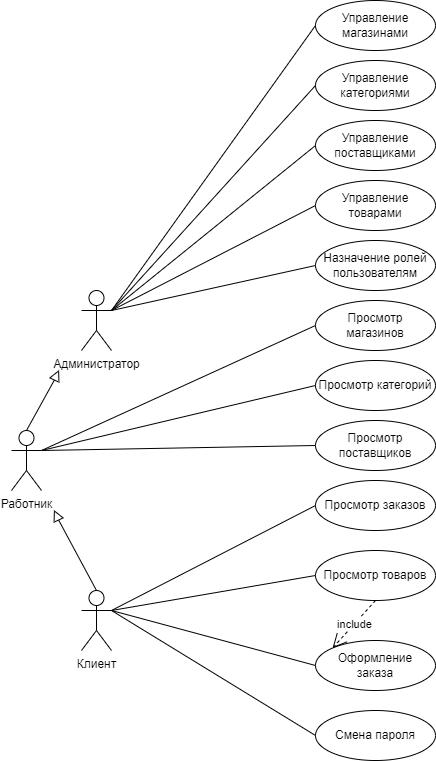
Before: Use-Case строит_магазин.drawio.png, a diagram exported from draw.io (darmu3/ConstructionStoreDocuments). Source tidied: cells renumbered, new cells last; positions are measured from the earlier drawing's top-left corner, leaving out a move shared by most shapes.
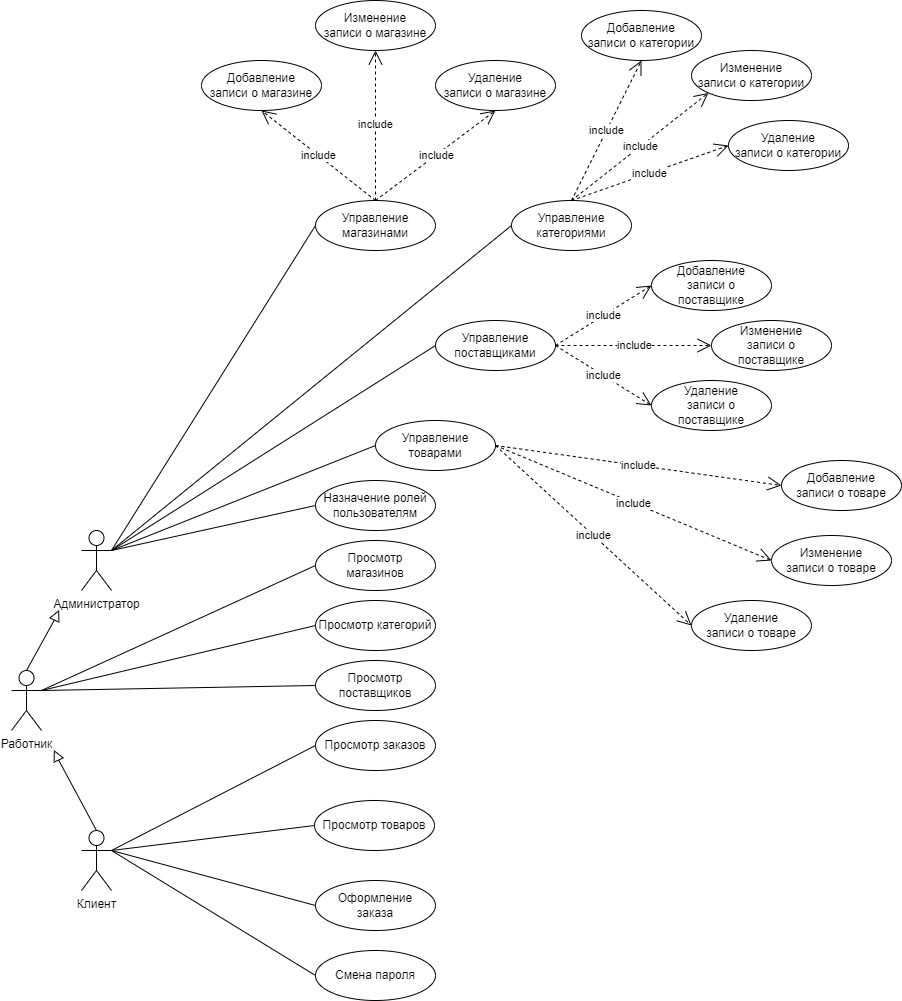
The same file after the commit.

The edit, as a diff of the source:
```diff
@@ -12,28 +12,28 @@
       <mxGeometry x="70" y="590" width="30" height="60" as="geometry" />
     </mxCell>
     <mxCell id="5" value="Просмотр товаров" style="ellipse;whiteSpace=wrap;html=1;" parent="1" vertex="1">
-      <mxGeometry x="304" y="550" width="120" height="50" as="geometry" />
+      <mxGeometry x="303" y="560" width="120" height="50" as="geometry" />
     </mxCell>
     <mxCell id="6" value="Управление товарами" style="ellipse;whiteSpace=wrap;html=1;" parent="1" vertex="1">
-      <mxGeometry x="304" y="180" width="120" height="50" as="geometry" />
+      <mxGeometry x="364" y="180" width="120" height="50" as="geometry" />
     </mxCell>
     <mxCell id="7" value="Просмотр поставщиков" style="ellipse;whiteSpace=wrap;html=1;" parent="1" vertex="1">
       <mxGeometry x="304" y="420" width="120" height="50" as="geometry" />
     </mxCell>
     <mxCell id="8" value="Управление поставщиками" style="ellipse;whiteSpace=wrap;html=1;" parent="1" vertex="1">
-      <mxGeometry x="304" y="120" width="120" height="50" as="geometry" />
+      <mxGeometry x="424" y="80" width="120" height="50" as="geometry" />
     </mxCell>
     <mxCell id="9" value="Просмотр категорий" style="ellipse;whiteSpace=wrap;html=1;" parent="1" vertex="1">
       <mxGeometry x="304" y="360" width="120" height="50" as="geometry" />
     </mxCell>
     <mxCell id="10" value="Управление категориями" style="ellipse;whiteSpace=wrap;html=1;" parent="1" vertex="1">
-      <mxGeometry x="304" y="60" width="120" height="50" as="geometry" />
+      <mxGeometry x="500" y="-40" width="120" height="50" as="geometry" />
     </mxCell>
     <mxCell id="11" value="Просмотр&lt;div&gt;магазинов&lt;/div&gt;" style="ellipse;whiteSpace=wrap;html=1;" parent="1" vertex="1">
       <mxGeometry x="304" y="300" width="120" height="50" as="geometry" />
     </mxCell>
     <mxCell id="12" value="Управление магазинами" style="ellipse;whiteSpace=wrap;html=1;" parent="1" vertex="1">
-      <mxGeometry x="304" width="120" height="50" as="geometry" />
+      <mxGeometry x="304" y="-40" width="120" height="50" as="geometry" />
     </mxCell>
     <mxCell id="13" value="Оформление&lt;div&gt;заказа&lt;/div&gt;" style="ellipse;whiteSpace=wrap;html=1;" parent="1" vertex="1">
       <mxGeometry x="304" y="640" width="120" height="50" as="geometry" />
@@ -97,9 +97,6 @@
         <mxPoint x="100" y="310" as="sourcePoint" />
       </mxGeometry>
     </mxCell>
-    <mxCell id="29" value="include" style="endArrow=open;endSize=12;dashed=1;html=1;rounded=0;exitX=0.5;exitY=1;exitDx=0;exitDy=0;entryX=0;entryY=0;entryDx=0;entryDy=0;" parent="1" edge="1" source="5" target="13">
-      <mxGeometry relative="1" as="geometry" />
-    </mxCell>
     <mxCell id="30" style="endArrow=none;html=1;rounded=0;exitX=0.5;exitY=0;exitDx=0;exitDy=0;exitPerimeter=0;entryX=0;entryY=0.5;entryDx=0;entryDy=0;" parent="1" edge="1" source="4" target="31">
       <mxGeometry relative="1" as="geometry" />
     </mxCell>
@@ -112,5 +109,77 @@
     <mxCell id="33" style="triangle;whiteSpace=wrap;html=1;direction=north;rotation=25;" parent="1" vertex="1">
       <mxGeometry x="40" y="370" width="10" height="10" as="geometry" />
     </mxCell>
+    <mxCell id="34" value="include" style="endArrow=open;endSize=12;dashed=1;html=1;rounded=0;exitX=0.5;exitY=0;exitDx=0;exitDy=0;entryX=0.5;entryY=1;entryDx=0;entryDy=0;" parent="1" edge="1" source="12" target="35">
+      <mxGeometry relative="1" as="geometry" />
+    </mxCell>
+    <mxCell id="35" value="Добавление&lt;div&gt;записи о магазине&lt;/div&gt;" style="ellipse;whiteSpace=wrap;html=1;" parent="1" vertex="1">
+      <mxGeometry x="190" y="-180" width="120" height="50" as="geometry" />
+    </mxCell>
+    <mxCell id="36" value="include" style="endArrow=open;endSize=12;dashed=1;html=1;rounded=0;exitX=0.5;exitY=0;exitDx=0;exitDy=0;entryX=0.5;entryY=1;entryDx=0;entryDy=0;" parent="1" edge="1" source="12" target="37">
+      <mxGeometry relative="1" as="geometry" />
+    </mxCell>
+    <mxCell id="37" value="Изменение&lt;div&gt;записи о магазине&lt;/div&gt;" style="ellipse;whiteSpace=wrap;html=1;" parent="1" vertex="1">
+      <mxGeometry x="304" y="-240" width="120" height="50" as="geometry" />
+    </mxCell>
+    <mxCell id="38" value="include" style="endArrow=open;endSize=12;dashed=1;html=1;rounded=0;exitX=0.5;exitY=0;exitDx=0;exitDy=0;entryX=0.5;entryY=1;entryDx=0;entryDy=0;" parent="1" edge="1" source="12" target="39">
+      <mxGeometry relative="1" as="geometry" />
+    </mxCell>
+    <mxCell id="39" value="Удаление&lt;div&gt;записи о магазине&lt;/div&gt;" style="ellipse;whiteSpace=wrap;html=1;" parent="1" vertex="1">
+      <mxGeometry x="424" y="-180" width="120" height="50" as="geometry" />
+    </mxCell>
+    <mxCell id="40" value="include" style="endArrow=open;endSize=12;dashed=1;html=1;rounded=0;exitX=0.5;exitY=0;exitDx=0;exitDy=0;entryX=0.5;entryY=1;entryDx=0;entryDy=0;" parent="1" edge="1" source="10" target="41">
+      <mxGeometry relative="1" as="geometry" />
+    </mxCell>
+    <mxCell id="41" value="Добавление&lt;div&gt;записи о категории&lt;/div&gt;" style="ellipse;whiteSpace=wrap;html=1;" parent="1" vertex="1">
+      <mxGeometry x="570" y="-230" width="120" height="50" as="geometry" />
+    </mxCell>
+    <mxCell id="42" value="include" style="endArrow=open;endSize=12;dashed=1;html=1;rounded=0;exitX=0.5;exitY=0;exitDx=0;exitDy=0;entryX=0;entryY=1;entryDx=0;entryDy=0;" parent="1" edge="1" source="10" target="43">
+      <mxGeometry relative="1" as="geometry" />
+    </mxCell>
+    <mxCell id="43" value="Изменение&lt;div&gt;записи о категории&lt;/div&gt;" style="ellipse;whiteSpace=wrap;html=1;" parent="1" vertex="1">
+      <mxGeometry x="680" y="-190" width="120" height="50" as="geometry" />
+    </mxCell>
+    <mxCell id="44" value="include" style="endArrow=open;endSize=12;dashed=1;html=1;rounded=0;entryX=0;entryY=0.5;entryDx=0;entryDy=0;exitX=0.5;exitY=0;exitDx=0;exitDy=0;" parent="1" edge="1" source="10" target="45">
+      <mxGeometry relative="1" as="geometry" />
+    </mxCell>
+    <mxCell id="45" value="Удаление&lt;div&gt;записи о категории&lt;/div&gt;" style="ellipse;whiteSpace=wrap;html=1;" parent="1" vertex="1">
+      <mxGeometry x="717" y="-120" width="120" height="50" as="geometry" />
+    </mxCell>
+    <mxCell id="46" value="include" style="endArrow=open;endSize=12;dashed=1;html=1;rounded=0;exitX=1;exitY=0.5;exitDx=0;exitDy=0;entryX=0;entryY=0.5;entryDx=0;entryDy=0;" parent="1" edge="1" source="8" target="47">
+      <mxGeometry relative="1" as="geometry" />
+    </mxCell>
+    <mxCell id="47" value="Добавление&lt;div&gt;записи о&lt;/div&gt;&lt;div&gt;поставщике&lt;/div&gt;" style="ellipse;whiteSpace=wrap;html=1;" parent="1" vertex="1">
+      <mxGeometry x="640" y="20" width="120" height="50" as="geometry" />
+    </mxCell>
+    <mxCell id="48" value="include" style="endArrow=open;endSize=12;dashed=1;html=1;rounded=0;exitX=1;exitY=0.5;exitDx=0;exitDy=0;entryX=0;entryY=0.5;entryDx=0;entryDy=0;" parent="1" edge="1" source="8" target="49">
+      <mxGeometry relative="1" as="geometry" />
+    </mxCell>
+    <mxCell id="49" value="Изменение&lt;div&gt;записи о&lt;/div&gt;&lt;div&gt;поставщике&lt;/div&gt;" style="ellipse;whiteSpace=wrap;html=1;" parent="1" vertex="1">
+      <mxGeometry x="700" y="80" width="120" height="50" as="geometry" />
+    </mxCell>
+    <mxCell id="50" value="include" style="endArrow=open;endSize=12;dashed=1;html=1;rounded=0;entryX=0;entryY=0.5;entryDx=0;entryDy=0;exitX=1;exitY=0.5;exitDx=0;exitDy=0;" parent="1" edge="1" source="8" target="51">
+      <mxGeometry relative="1" as="geometry" />
+    </mxCell>
+    <mxCell id="51" value="Удаление&lt;div&gt;записи о&lt;/div&gt;&lt;div&gt;поставщике&lt;/div&gt;" style="ellipse;whiteSpace=wrap;html=1;" parent="1" vertex="1">
+      <mxGeometry x="640" y="140" width="120" height="50" as="geometry" />
+    </mxCell>
+    <mxCell id="52" value="include" style="endArrow=open;endSize=12;dashed=1;html=1;rounded=0;exitX=1;exitY=0.5;exitDx=0;exitDy=0;entryX=0;entryY=0.5;entryDx=0;entryDy=0;" parent="1" edge="1" source="6" target="53">
+      <mxGeometry relative="1" as="geometry" />
+    </mxCell>
+    <mxCell id="53" value="Добавление&lt;div&gt;записи о товаре&lt;/div&gt;" style="ellipse;whiteSpace=wrap;html=1;" parent="1" vertex="1">
+      <mxGeometry x="770" y="220" width="120" height="50" as="geometry" />
+    </mxCell>
+    <mxCell id="54" value="include" style="endArrow=open;endSize=12;dashed=1;html=1;rounded=0;exitX=1;exitY=0.5;exitDx=0;exitDy=0;entryX=0;entryY=0.5;entryDx=0;entryDy=0;" parent="1" edge="1" source="6" target="55">
+      <mxGeometry relative="1" as="geometry" />
+    </mxCell>
+    <mxCell id="55" value="Изменение&lt;div&gt;записи о товаре&lt;/div&gt;" style="ellipse;whiteSpace=wrap;html=1;" parent="1" vertex="1">
+      <mxGeometry x="760" y="295" width="120" height="50" as="geometry" />
+    </mxCell>
+    <mxCell id="56" value="include" style="endArrow=open;endSize=12;dashed=1;html=1;rounded=0;entryX=0;entryY=0.5;entryDx=0;entryDy=0;exitX=1;exitY=0.5;exitDx=0;exitDy=0;" parent="1" edge="1" source="6" target="57">
+      <mxGeometry relative="1" as="geometry" />
+    </mxCell>
+    <mxCell id="57" value="Удаление&lt;div&gt;записи о товаре&lt;/div&gt;" style="ellipse;whiteSpace=wrap;html=1;" parent="1" vertex="1">
+      <mxGeometry x="680" y="360" width="120" height="50" as="geometry" />
+    </mxCell>
   </root>
 </mxGraphModel>
```
